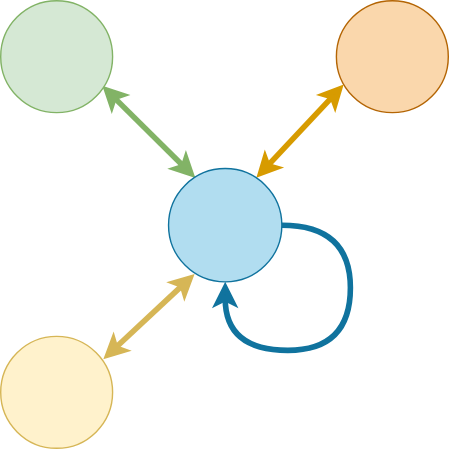
Before: figures/exchange.svg, a diagram exported from draw.io (angelacorte/slides-master-thesis). Source tidied: cells renumbered, new cells last; positions are measured from the earlier drawing's top-left corner, leaving out a move shared by most shapes. The source it was exported from:
```xml
<mxGraphModel>
  <root>
    <mxCell id="0" />
    <mxCell id="1" parent="0" />
    <mxCell id="2" style="rounded=0;jettySize=auto;html=1;exitX=0.908;exitY=0.761;exitDx=0;exitDy=0;entryX=0.237;entryY=0.084;entryDx=0;entryDy=0;targetPerimeterSpacing=0;startArrow=classic;startFill=1;strokeWidth=4;endArrow=classic;endFill=1;fillColor=#d5e8d4;strokeColor=#82b366;entryPerimeter=0;exitPerimeter=0;" parent="1" edge="1" source="3" target="7">
      <mxGeometry relative="1" as="geometry" />
    </mxCell>
    <mxCell id="3" style="ellipse;whiteSpace=wrap;html=1;fillColor=#d5e8d4;strokeColor=#82b366;" parent="1" vertex="1">
      <mxGeometry width="80" height="80" as="geometry" />
    </mxCell>
    <mxCell id="4" style="ellipse;whiteSpace=wrap;html=1;fillColor=#fff2cc;strokeColor=#d6b656;" parent="1" vertex="1">
      <mxGeometry y="240" width="80" height="80" as="geometry" />
    </mxCell>
    <mxCell id="5" style="rounded=0;jettySize=auto;html=1;exitX=0.065;exitY=0.75;exitDx=0;exitDy=0;entryX=0.775;entryY=0.082;entryDx=0;entryDy=0;fillColor=#ffe6cc;strokeColor=#d79b00;strokeWidth=4;exitPerimeter=0;entryPerimeter=0;startArrow=classic;startFill=1;" parent="1" edge="1" source="6" target="7">
      <mxGeometry relative="1" as="geometry" />
    </mxCell>
    <mxCell id="6" style="ellipse;whiteSpace=wrap;html=1;fillColor=#fad7ac;strokeColor=#b46504;" parent="1" vertex="1">
      <mxGeometry x="240" width="80" height="80" as="geometry" />
    </mxCell>
    <mxCell id="7" style="ellipse;whiteSpace=wrap;html=1;fillColor=#b1ddf0;strokeColor=#10739e;" parent="1" vertex="1">
      <mxGeometry x="120" y="120" width="81" height="81" as="geometry" />
    </mxCell>
    <mxCell id="8" style="rounded=0;jettySize=auto;html=1;fillColor=#fff2cc;strokeColor=#d6b656;strokeWidth=4;exitX=0.917;exitY=0.204;exitDx=0;exitDy=0;entryX=0.23;entryY=0.93;entryDx=0;entryDy=0;entryPerimeter=0;exitPerimeter=0;startArrow=classic;startFill=1;" parent="1" edge="1" source="4" target="7">
      <mxGeometry relative="1" as="geometry" />
    </mxCell>
    <mxCell id="9" style="edgeStyle=orthogonalEdgeStyle;rounded=0;orthogonalLoop=1;jettySize=auto;html=1;entryX=0.5;entryY=1;entryDx=0;entryDy=0;exitX=1;exitY=0.5;exitDx=0;exitDy=0;curved=1;strokeWidth=4;fillColor=#b1ddf0;strokeColor=#10739e;" parent="1" edge="1" source="7" target="7">
      <mxGeometry relative="1" as="geometry">
        <Array as="points">
          <mxPoint x="250" y="161" />
          <mxPoint x="250" y="250" />
          <mxPoint x="161" y="250" />
        </Array>
      </mxGeometry>
    </mxCell>
  </root>
</mxGraphModel>
```
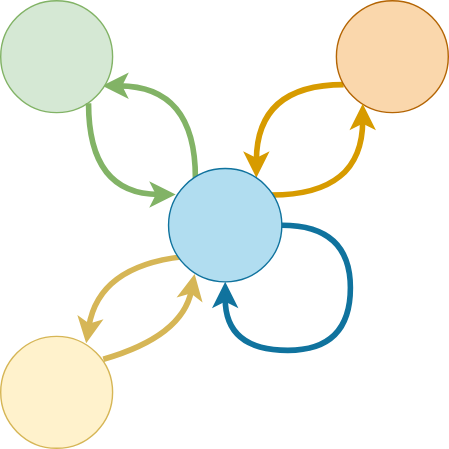
After the commit.

Diff of the diagram source:
```diff
@@ -2,7 +2,7 @@
   <root>
     <mxCell id="0" />
     <mxCell id="1" parent="0" />
-    <mxCell id="2" style="rounded=0;jettySize=auto;html=1;exitX=0.908;exitY=0.761;exitDx=0;exitDy=0;entryX=0.237;entryY=0.084;entryDx=0;entryDy=0;targetPerimeterSpacing=0;startArrow=classic;startFill=1;strokeWidth=4;endArrow=classic;endFill=1;fillColor=#d5e8d4;strokeColor=#82b366;entryPerimeter=0;exitPerimeter=0;" parent="1" edge="1" source="3" target="7">
+    <mxCell id="2" style="edgeStyle=orthogonalEdgeStyle;rounded=0;jettySize=auto;html=1;exitX=0.908;exitY=0.761;exitDx=0;exitDy=0;entryX=0.237;entryY=0.084;entryDx=0;entryDy=0;curved=1;targetPerimeterSpacing=0;startArrow=classic;startFill=1;strokeWidth=4;endArrow=none;endFill=0;fillColor=#d5e8d4;strokeColor=#82b366;entryPerimeter=0;exitPerimeter=0;" parent="1" edge="1" source="3" target="7">
       <mxGeometry relative="1" as="geometry" />
     </mxCell>
     <mxCell id="3" style="ellipse;whiteSpace=wrap;html=1;fillColor=#d5e8d4;strokeColor=#82b366;" parent="1" vertex="1">
@@ -11,17 +11,34 @@
     <mxCell id="4" style="ellipse;whiteSpace=wrap;html=1;fillColor=#fff2cc;strokeColor=#d6b656;" parent="1" vertex="1">
       <mxGeometry y="240" width="80" height="80" as="geometry" />
     </mxCell>
-    <mxCell id="5" style="rounded=0;jettySize=auto;html=1;exitX=0.065;exitY=0.75;exitDx=0;exitDy=0;entryX=0.775;entryY=0.082;entryDx=0;entryDy=0;fillColor=#ffe6cc;strokeColor=#d79b00;strokeWidth=4;exitPerimeter=0;entryPerimeter=0;startArrow=classic;startFill=1;" parent="1" edge="1" source="6" target="7">
+    <mxCell id="5" style="edgeStyle=orthogonalEdgeStyle;rounded=0;jettySize=auto;html=1;exitX=0.065;exitY=0.75;exitDx=0;exitDy=0;entryX=0.775;entryY=0.082;entryDx=0;entryDy=0;fillColor=#ffe6cc;strokeColor=#d79b00;strokeWidth=4;curved=1;exitPerimeter=0;entryPerimeter=0;" parent="1" edge="1" source="6" target="7">
       <mxGeometry relative="1" as="geometry" />
     </mxCell>
     <mxCell id="6" style="ellipse;whiteSpace=wrap;html=1;fillColor=#fad7ac;strokeColor=#b46504;" parent="1" vertex="1">
       <mxGeometry x="240" width="80" height="80" as="geometry" />
     </mxCell>
+    <mxCell id="10" style="edgeStyle=orthogonalEdgeStyle;rounded=0;jettySize=auto;html=1;exitX=0.907;exitY=0.234;exitDx=0;exitDy=0;entryX=0.235;entryY=0.92;entryDx=0;entryDy=0;fillColor=#ffe6cc;strokeColor=#d79b00;strokeWidth=4;curved=1;exitPerimeter=0;entryPerimeter=0;" parent="1" edge="1" source="7" target="6">
+      <mxGeometry relative="1" as="geometry" />
+    </mxCell>
+    <mxCell id="11" style="edgeStyle=orthogonalEdgeStyle;rounded=0;jettySize=auto;html=1;exitX=0.063;exitY=0.229;exitDx=0;exitDy=0;entryX=0.785;entryY=0.917;entryDx=0;entryDy=0;curved=1;startArrow=classic;startFill=1;endArrow=none;endFill=0;entryPerimeter=0;exitPerimeter=0;strokeWidth=4;fillColor=#d5e8d4;strokeColor=#82b366;" parent="1" edge="1" source="7" target="3">
+      <mxGeometry relative="1" as="geometry" />
+    </mxCell>
+    <mxCell id="12" style="rounded=0;jettySize=auto;html=1;entryX=0.764;entryY=0.061;entryDx=0;entryDy=0;fillColor=#fff2cc;strokeColor=#d6b656;strokeWidth=4;curved=1;entryPerimeter=0;exitX=0.123;exitY=0.779;exitDx=0;exitDy=0;exitPerimeter=0;" parent="1" edge="1" source="7" target="4">
+      <mxGeometry relative="1" as="geometry">
+        <Array as="points">
+          <mxPoint x="70" y="190" />
+        </Array>
+      </mxGeometry>
+    </mxCell>
     <mxCell id="7" style="ellipse;whiteSpace=wrap;html=1;fillColor=#b1ddf0;strokeColor=#10739e;" parent="1" vertex="1">
       <mxGeometry x="120" y="120" width="81" height="81" as="geometry" />
     </mxCell>
-    <mxCell id="8" style="rounded=0;jettySize=auto;html=1;fillColor=#fff2cc;strokeColor=#d6b656;strokeWidth=4;exitX=0.917;exitY=0.204;exitDx=0;exitDy=0;entryX=0.23;entryY=0.93;entryDx=0;entryDy=0;entryPerimeter=0;exitPerimeter=0;startArrow=classic;startFill=1;" parent="1" edge="1" source="4" target="7">
-      <mxGeometry relative="1" as="geometry" />
+    <mxCell id="8" style="rounded=0;jettySize=auto;html=1;fillColor=#fff2cc;strokeColor=#d6b656;strokeWidth=4;exitX=0.917;exitY=0.204;exitDx=0;exitDy=0;entryX=0.23;entryY=0.93;entryDx=0;entryDy=0;entryPerimeter=0;exitPerimeter=0;curved=1;" parent="1" edge="1" source="4" target="7">
+      <mxGeometry relative="1" as="geometry">
+        <Array as="points">
+          <mxPoint x="130" y="240" />
+        </Array>
+      </mxGeometry>
     </mxCell>
     <mxCell id="9" style="edgeStyle=orthogonalEdgeStyle;rounded=0;orthogonalLoop=1;jettySize=auto;html=1;entryX=0.5;entryY=1;entryDx=0;entryDy=0;exitX=1;exitY=0.5;exitDx=0;exitDy=0;curved=1;strokeWidth=4;fillColor=#b1ddf0;strokeColor=#10739e;" parent="1" edge="1" source="7" target="7">
       <mxGeometry relative="1" as="geometry">
```
